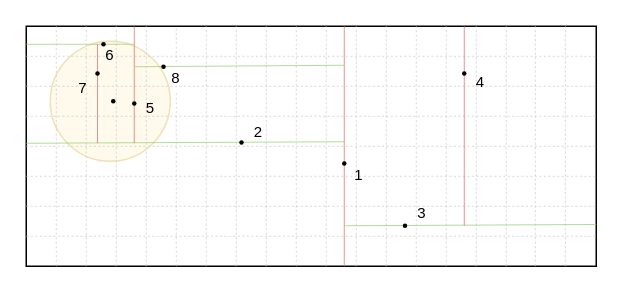
Earlier version of the draw.io diagram docs/assets/images/kd-tree-search.drawio (heig-tin-info/handbook). Source tidied: cells renumbered, new cells numbered last; positions are measured from the earlier drawing's top-left corner, leaving out a move shared by most shapes. Both pictures are drawn from the tidied source at 150%, with x=0, y=0 at pixel (26, 26).
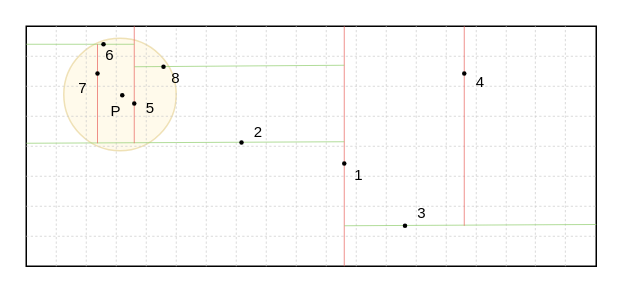
The same diagram, later.

Change to the diagram source:
```diff
@@
     <mxCell id="2" style="ellipse;whiteSpace=wrap;html=1;fillColor=#fff2cc;strokeColor=#d6b656;opacity=40;" parent="1" vertex="1">
-      <mxGeometry x="16" y="10" width="80" height="80" as="geometry" />
+      <mxGeometry x="25" y="8" width="75" height="75" as="geometry" />
     </mxCell>
@@
     <mxCell id="54" style="ellipse;whiteSpace=wrap;html=1;strokeColor=none;fillColor=#000000;" parent="1" vertex="1">
-      <mxGeometry x="56.5" y="48.5" width="3" height="3" as="geometry" />
+      <mxGeometry x="62.5" y="44.5" width="3" height="3" as="geometry" />
     </mxCell>
+    <mxCell id="55" value="P" style="text;strokeColor=none;align=center;fillColor=none;html=1;verticalAlign=middle;whiteSpace=wrap;rounded=0;fontSize=10;" parent="1" vertex="1">
+      <mxGeometry x="50" y="46" width="20" height="20" as="geometry" />
+    </mxCell>
```
